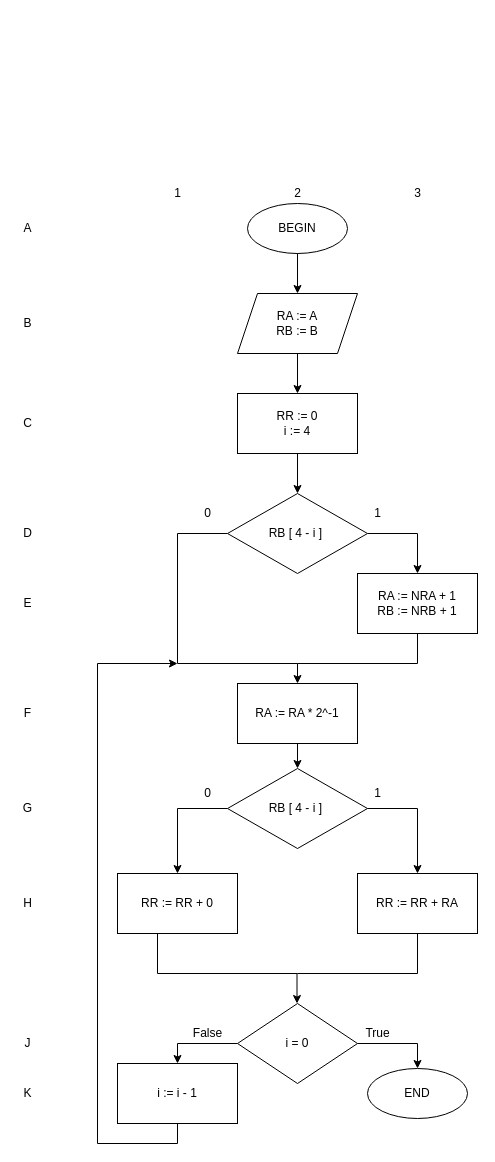
TimurQQ/Workshop keeps this draw.io diagram as Блок операций_1_Умножение.drawio. Above is the earlier version. Source tidied: cells renumbered, new cells numbered last; positions are measured from the earlier drawing's top-left corner, leaving out a move shared by most shapes. Both pictures are drawn from the tidied source at 100%, with x=0, y=0 at pixel (17, 183).
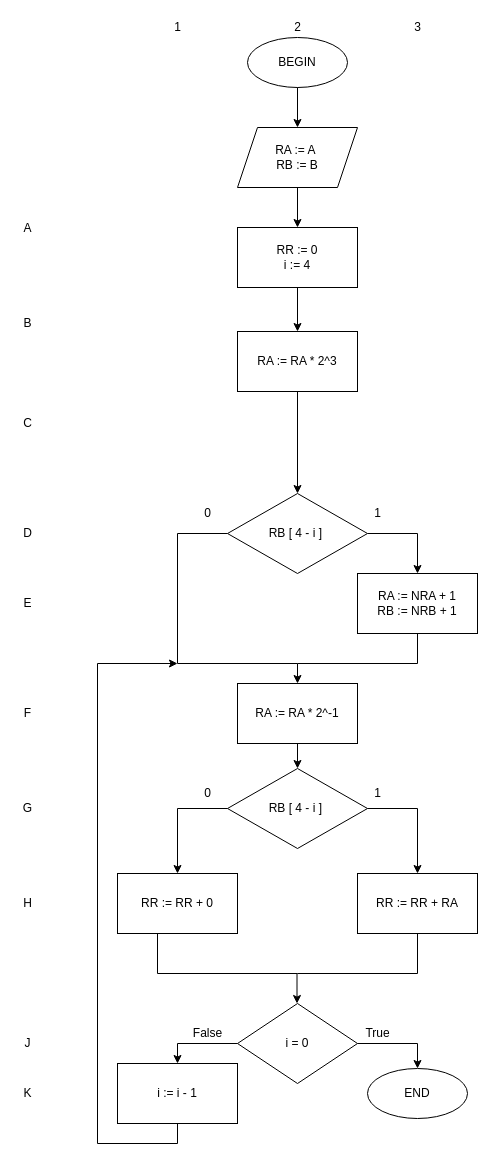
The same diagram, later.

The change refers to these unchanged cells:
```xml
<mxCell id="51" value="RB [ 4 - i ]&amp;nbsp;" style="rhombus;whiteSpace=wrap;html=1;strokeWidth=1;" parent="1" vertex="1">
  <mxGeometry x="210" y="310" width="140" height="80" as="geometry" />
</mxCell>
```

The edit, as a diff of the source:
```diff
@@
     <mxCell id="2" value="BEGIN" style="ellipse;whiteSpace=wrap;html=1;" parent="1" vertex="1">
-      <mxGeometry x="230" y="20" width="100" height="50" as="geometry" />
+      <mxGeometry x="230" y="-146" width="100" height="50" as="geometry" />
     </mxCell>
-    <mxCell id="3" value="RA := A&lt;br&gt;RB := B" style="shape=parallelogram;perimeter=parallelogramPerimeter;whiteSpace=wrap;html=1;fixedSize=1;" parent="1" vertex="1">
-      <mxGeometry x="220" y="110" width="120" height="60" as="geometry" />
+    <mxCell id="3" value="RA := A&amp;nbsp;&lt;br&gt;RB := B" style="shape=parallelogram;perimeter=parallelogramPerimeter;whiteSpace=wrap;html=1;fixedSize=1;" parent="1" vertex="1">
+      <mxGeometry x="220" y="-56" width="120" height="60" as="geometry" />
     </mxCell>
@@
     <mxCell id="5" value="RR := 0&lt;br&gt;i := 4" style="rounded=0;whiteSpace=wrap;html=1;" parent="1" vertex="1">
-      <mxGeometry x="220" y="210" width="120" height="60" as="geometry" />
+      <mxGeometry x="220" y="44" width="120" height="60" as="geometry" />
     </mxCell>
@@
     <mxCell id="45" value="1" style="text;html=1;align=center;verticalAlign=middle;strokeColor=none;fillColor=none;" parent="1" vertex="1">
-      <mxGeometry x="150" width="20" height="20" as="geometry" />
+      <mxGeometry x="150" y="-166" width="20" height="20" as="geometry" />
     </mxCell>
     <mxCell id="46" value="2" style="text;html=1;align=center;verticalAlign=middle;strokeColor=none;fillColor=none;" parent="1" vertex="1">
-      <mxGeometry x="270" width="20" height="20" as="geometry" />
+      <mxGeometry x="270" y="-166" width="20" height="20" as="geometry" />
     </mxCell>
     <mxCell id="47" value="3" style="text;html=1;align=center;verticalAlign=middle;strokeColor=none;fillColor=none;" parent="1" vertex="1">
-      <mxGeometry x="390" width="20" height="20" as="geometry" />
+      <mxGeometry x="390" y="-166" width="20" height="20" as="geometry" />
     </mxCell>
@@
-    <mxCell id="54" style="endArrow=classic;html=1;rounded=0;exitX=0.5;exitY=1;exitDx=0;exitDy=0;entryX=0.5;entryY=0;entryDx=0;entryDy=0;" parent="1" edge="1" source="5">
-      <mxGeometry relative="1" as="geometry">
-        <mxPoint x="280" y="310" as="targetPoint" />
-      </mxGeometry>
+    <mxCell id="54" style="endArrow=classic;html=1;rounded=0;entryX=0.5;entryY=0;entryDx=0;entryDy=0;exitX=0.5;exitY=1;exitDx=0;exitDy=0;" parent="1" edge="1" source="5" target="62">
+      <mxGeometry relative="1" as="geometry" />
     </mxCell>
@@
+    <mxCell id="62" value="RA := RA * 2^3" style="rounded=0;whiteSpace=wrap;html=1;" parent="1" vertex="1">
+      <mxGeometry x="220" y="148" width="120" height="60" as="geometry" />
+    </mxCell>
+    <mxCell id="63" style="endArrow=classic;html=1;rounded=0;exitX=0.5;exitY=1;exitDx=0;exitDy=0;entryX=0.5;entryY=0;entryDx=0;entryDy=0;" parent="1" edge="1" source="62" target="51">
+      <mxGeometry relative="1" as="geometry" />
+    </mxCell>
```
